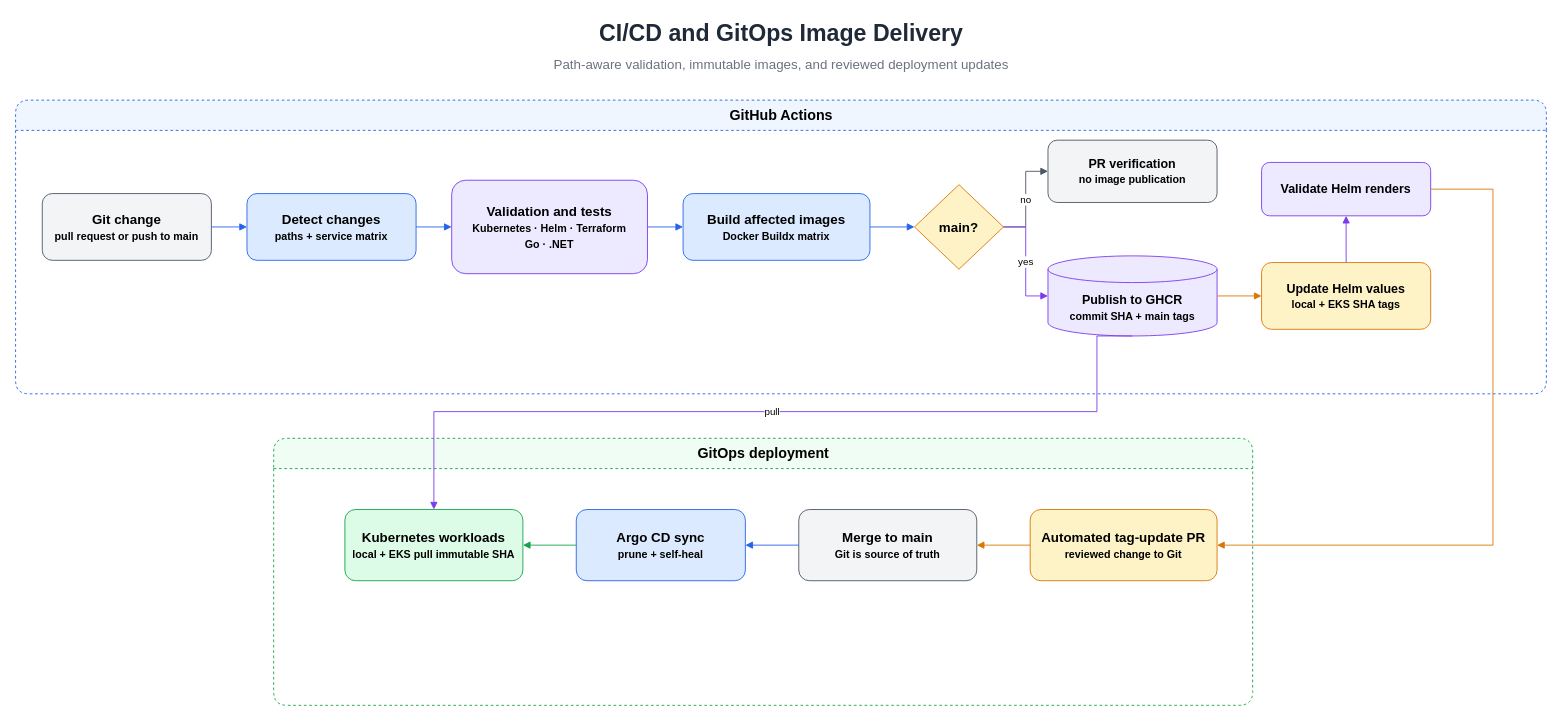
Above: docs/diagrams/ci-cd-gitops-flow.drawio in micheleformenti/microservices-k8s-platform (draw.io), before the change. Source tidied: cells renumbered, new cells numbered last; positions are measured from the earlier drawing's top-left corner, leaving out a move shared by most shapes. Both pictures are drawn from the tidied source at 89%, with x=0, y=0 at pixel (15, 15).
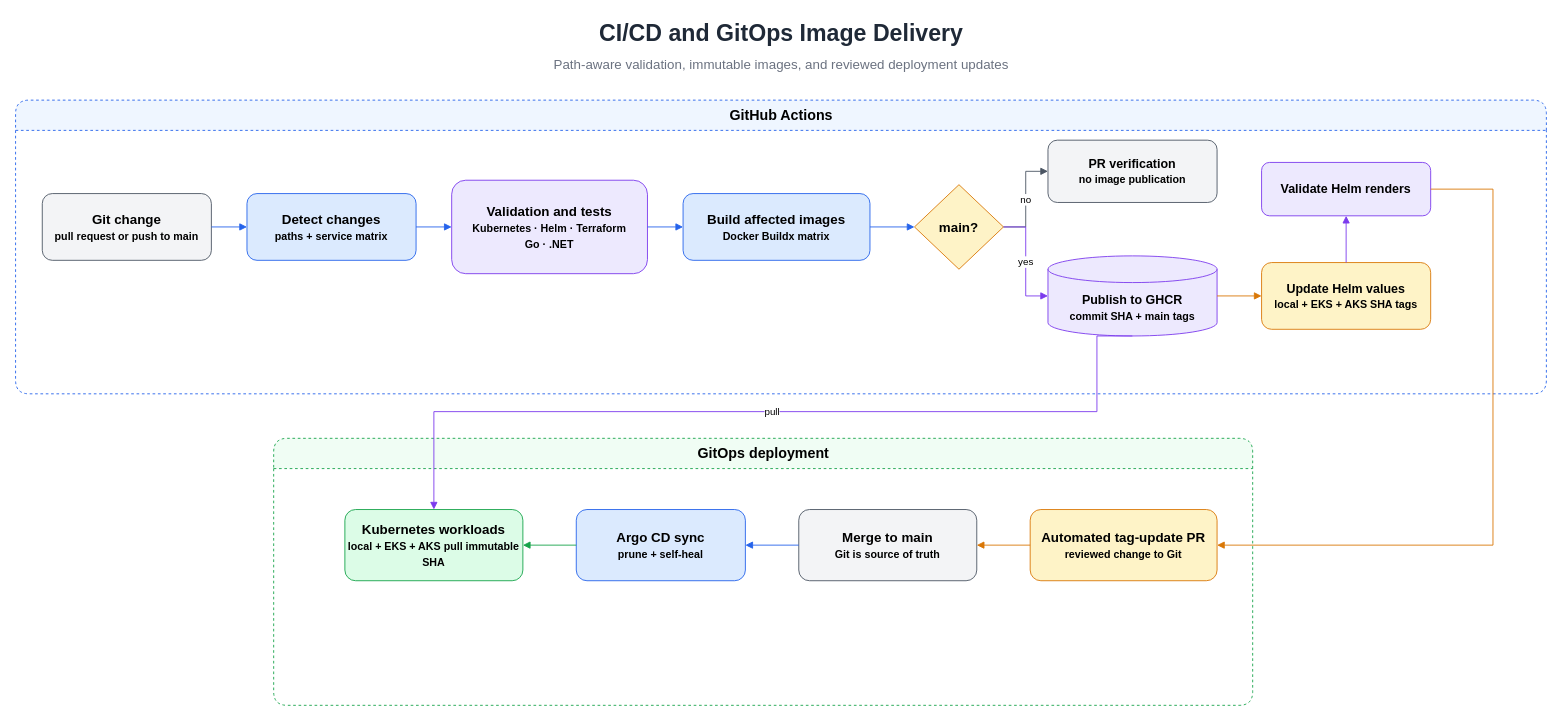
The same diagram, later.

Commit message (it also covers changes not shown here):
Complete platform architecture documentation

The change refers to these unchanged cells:
```xml
<mxCell id="4" value="GitHub Actions" style="swimlane;html=1;rounded=1;startSize=34;horizontal=1;fontSize=16;fontStyle=1;fillColor=#EFF6FF;strokeColor=#2563EB;dashed=1;" parent="1" vertex="1">
  <mxGeometry y="95" width="1720" height="330" as="geometry" />
</mxCell>
<mxCell id="14" value="GitOps deployment" style="swimlane;html=1;rounded=1;startSize=34;horizontal=1;fontSize=16;fontStyle=1;fillColor=#F0FDF4;strokeColor=#16A34A;dashed=1;" parent="1" vertex="1">
  <mxGeometry x="290" y="475" width="1100" height="300" as="geometry" />
</mxCell>
```

The edit, as a diff of the source:
```diff
@@
-    <mxCell id="12" value="Update Helm values&lt;br&gt;&lt;font style=&quot;font-size: 12px;&quot;&gt;local + EKS SHA tags&lt;/font&gt;" style="rounded=1;whiteSpace=wrap;html=1;fontSize=14;fontStyle=1;fillColor=#FEF3C7;strokeColor=#D97706;" parent="4" vertex="1">
+    <mxCell id="12" value="Update Helm values&lt;br&gt;&lt;font style=&quot;font-size: 12px;&quot;&gt;local + EKS + AKS SHA tags&lt;/font&gt;" style="rounded=1;whiteSpace=wrap;html=1;fontSize=14;fontStyle=1;fillColor=#FEF3C7;strokeColor=#D97706;" parent="4" vertex="1">
       <mxGeometry x="1400" y="182.5" width="190" height="75" as="geometry" />
     </mxCell>
@@
-    <mxCell id="18" value="Kubernetes workloads&lt;br&gt;&lt;font style=&quot;font-size: 12px;&quot;&gt;local + EKS pull immutable SHA&lt;/font&gt;" style="rounded=1;whiteSpace=wrap;html=1;fontSize=15;fontStyle=1;fillColor=#DCFCE7;strokeColor=#16A34A;" parent="14" vertex="1">
+    <mxCell id="18" value="Kubernetes workloads&lt;br&gt;&lt;font style=&quot;font-size: 12px;&quot;&gt;local + EKS + AKS pull immutable SHA&lt;/font&gt;" style="rounded=1;whiteSpace=wrap;html=1;fontSize=15;fontStyle=1;fillColor=#DCFCE7;strokeColor=#16A34A;" parent="14" vertex="1">
       <mxGeometry x="80" y="80" width="200" height="80" as="geometry" />
     </mxCell>
```
